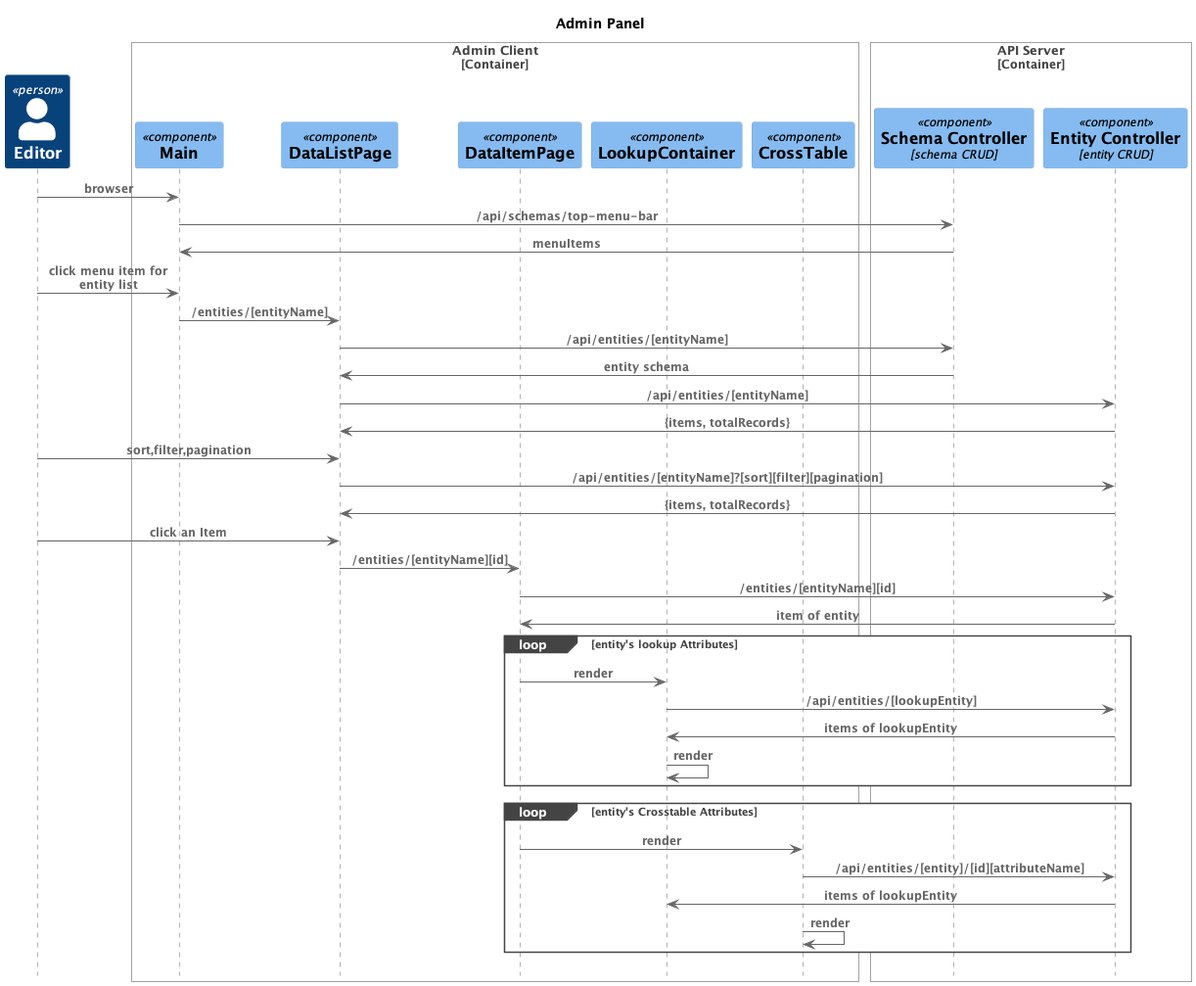
Above: doc/diagrams/admin-panel-sequence.png in vpstarweb/formcms (PlantUML), before the change.
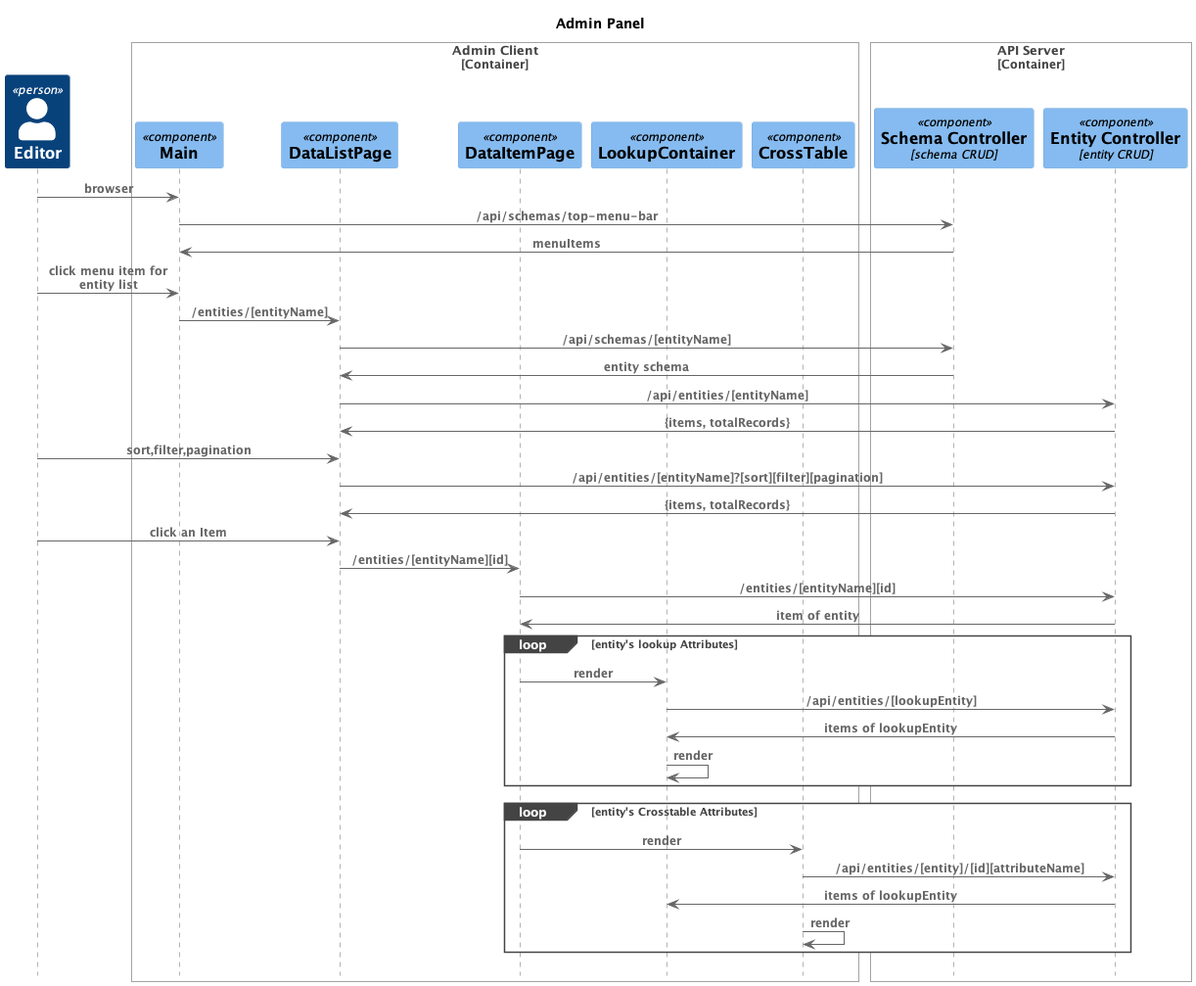
Later version of the same file.

Commit message:
fix type in diagram

What changed in the source:
```diff
@@ -12,10 +12,6 @@
 Component(crosstable, "CrossTable", "", "")
 Boundary_End()
 
-Container_Boundary(components,"Components")
-
-Boundary_End()
-
 Container_Boundary(apiServer,"API Server")
 Component(schemaController, "Schema Controller", "schema CRUD", "")
 Component(entityController, "Entity Controller", "entity CRUD", "")
@@ -27,7 +23,7 @@
 
 Rel(editor, app,"click menu item for entity list","")
 Rel(app, dataListPage,"/entities/[entityName]","")
-Rel(dataListPage, schemaController, "/api/entities/[entityName]","")
+Rel(dataListPage, schemaController, "/api/schemas/[entityName]","")
 Rel(schemaController, dataListPage, "entity schema","")
 Rel(dataListPage, entityController, "/api/entities/[entityName]","")
 Rel(entityController, dataListPage, "{items, totalRecords}","")
```
